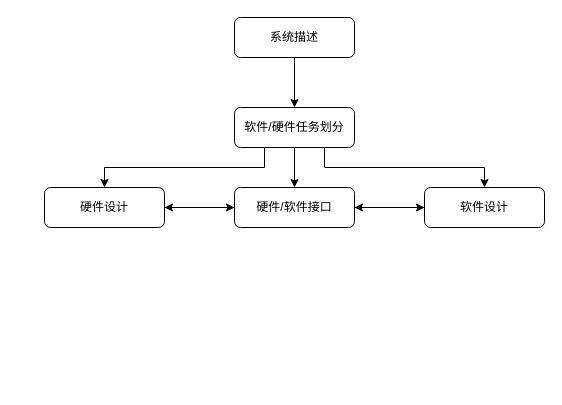
Before: Hardware and Software co-design.drawio in Katharine-0331/files, a draw.io diagram. Source tidied: cells renumbered, new cells numbered last; positions are measured from the earlier drawing's top-left corner, leaving out a move shared by most shapes. Both pictures are drawn from the tidied source at 100%, with x=0, y=0 at pixel (44, 17).
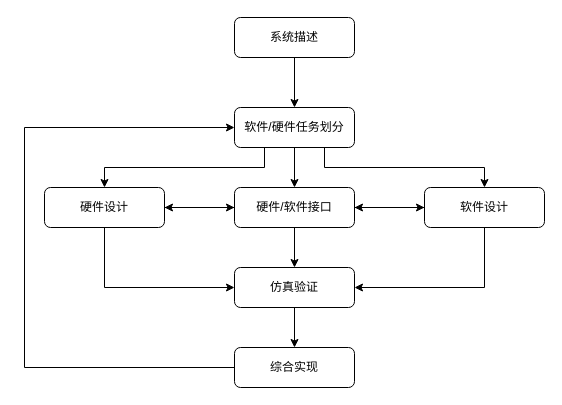
The same page after the edit.

The change refers to these unchanged cells:
```xml
<mxCell id="5" value="硬件设计" style="rounded=1;whiteSpace=wrap;html=1;fontSize=12;glass=0;strokeWidth=1;shadow=0;" parent="1" vertex="1">
  <mxGeometry y="170" width="120" height="40" as="geometry" />
</mxCell>
<mxCell id="7" value="软件设计" style="rounded=1;whiteSpace=wrap;html=1;fontSize=12;glass=0;strokeWidth=1;shadow=0;" parent="1" vertex="1">
  <mxGeometry x="380" y="170" width="120" height="40" as="geometry" />
</mxCell>
<mxCell id="10" value="硬件/软件接口" style="rounded=1;whiteSpace=wrap;html=1;fontSize=12;glass=0;strokeWidth=1;shadow=0;" parent="1" vertex="1">
  <mxGeometry x="190" y="170" width="120" height="40" as="geometry" />
</mxCell>
<mxCell id="14" value="软件/硬件任务划分" style="rounded=1;whiteSpace=wrap;html=1;fontSize=12;glass=0;strokeWidth=1;shadow=0;" parent="1" vertex="1">
  <mxGeometry x="190" y="90" width="120" height="40" as="geometry" />
</mxCell>
```

The edit, as a diff of the source:
```diff
@@
+    <mxCell id="15" style="edgeStyle=orthogonalEdgeStyle;rounded=0;jettySize=auto;html=1;exitX=0.5;exitY=1;exitDx=0;exitDy=0;entryX=0;entryY=0.5;entryDx=0;entryDy=0;" parent="1" edge="1" source="5" target="19">
+      <mxGeometry relative="1" as="geometry" />
+    </mxCell>
@@
+    <mxCell id="16" style="edgeStyle=orthogonalEdgeStyle;rounded=0;jettySize=auto;html=1;exitX=0.5;exitY=1;exitDx=0;exitDy=0;entryX=1;entryY=0.5;entryDx=0;entryDy=0;" parent="1" edge="1" source="7" target="19">
+      <mxGeometry relative="1" as="geometry" />
+    </mxCell>
@@
+    <mxCell id="17" style="edgeStyle=orthogonalEdgeStyle;rounded=0;jettySize=auto;html=1;" parent="1" edge="1" source="10" target="19">
+      <mxGeometry relative="1" as="geometry" />
+    </mxCell>
@@
+    <mxCell id="18" style="edgeStyle=orthogonalEdgeStyle;rounded=0;jettySize=auto;html=1;" parent="1" edge="1" source="19" target="21">
+      <mxGeometry relative="1" as="geometry" />
+    </mxCell>
+    <mxCell id="19" value="仿真验证" style="rounded=1;whiteSpace=wrap;html=1;fontSize=12;glass=0;strokeWidth=1;shadow=0;" parent="1" vertex="1">
+      <mxGeometry x="190" y="250" width="120" height="40" as="geometry" />
+    </mxCell>
+    <mxCell id="20" style="edgeStyle=orthogonalEdgeStyle;rounded=0;jettySize=auto;html=1;exitX=0;exitY=0.5;exitDx=0;exitDy=0;entryX=0;entryY=0.5;entryDx=0;entryDy=0;" parent="1" edge="1" source="21" target="14">
+      <mxGeometry relative="1" as="geometry">
+        <Array as="points">
+          <mxPoint x="-20" y="350" />
+          <mxPoint x="-20" y="110" />
+        </Array>
+      </mxGeometry>
+    </mxCell>
+    <mxCell id="21" value="综合实现" style="rounded=1;whiteSpace=wrap;html=1;fontSize=12;glass=0;strokeWidth=1;shadow=0;" parent="1" vertex="1">
+      <mxGeometry x="190" y="330" width="120" height="40" as="geometry" />
+    </mxCell>
```
